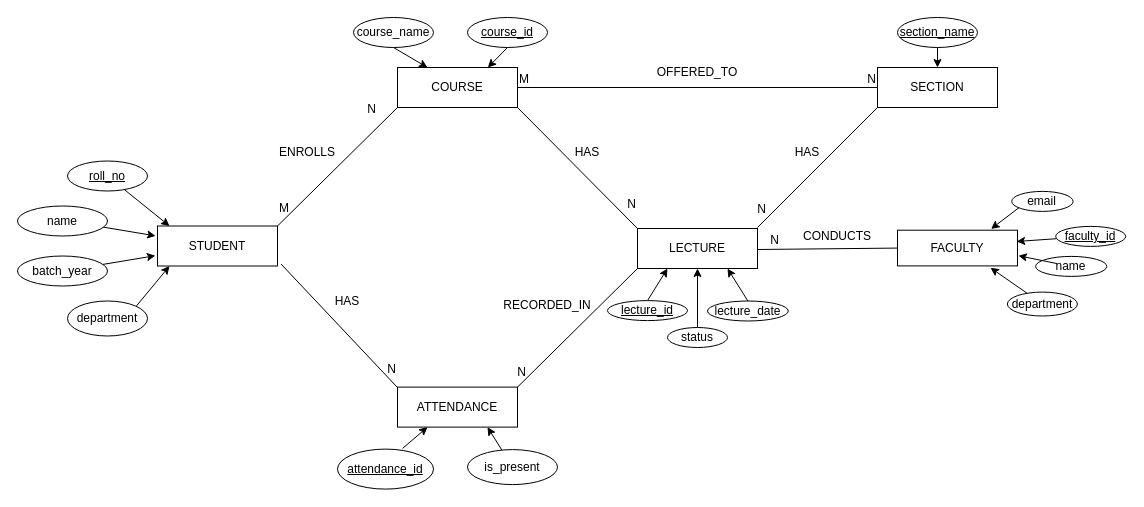
This is ERD/ATTENDANCE MANAGEMENT ERD.drawio.xml from Rajat083/Attendance-Management-System, a draw.io file, before an edit. Source tidied: cells renumbered, new cells numbered last; positions are measured from the earlier drawing's top-left corner, leaving out a move shared by most shapes. Both pictures are drawn from the tidied source at 100%, with x=0, y=0 at pixel (17, 17).
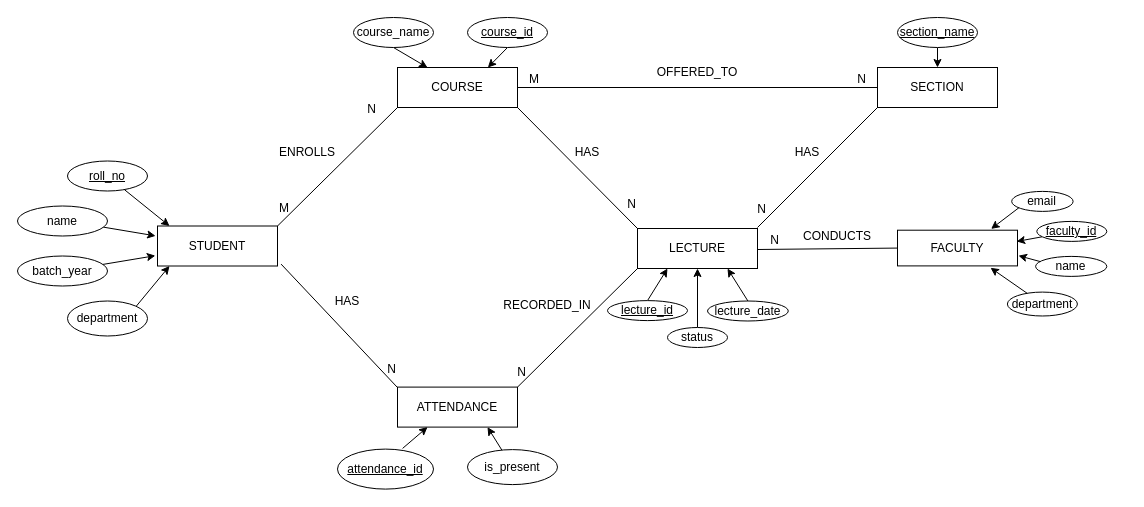
Above is the later version.

The change refers to these unchanged cells:
```xml
<mxCell id="6" value="FACULTY" style="whiteSpace=wrap;html=1;align=center;" parent="1" vertex="1">
  <mxGeometry x="880" y="212.7" width="120" height="35.7" as="geometry" />
</mxCell>
<mxCell id="25" value="name" style="ellipse;whiteSpace=wrap;html=1;align=center;" parent="1" vertex="1">
  <mxGeometry x="1018.1" y="238.9" width="71.2" height="20" as="geometry" />
</mxCell>
<mxCell id="43" style="endArrow=none;html=1;rounded=0;entryX=0;entryY=0.5;entryDx=0;entryDy=0;exitX=1;exitY=0.5;exitDx=0;exitDy=0;" parent="1" edge="1" source="5" target="4">
  <mxGeometry relative="1" as="geometry" />
</mxCell>
```

Diff of the diagram source:
```diff
@@
     <mxCell id="21" value="&lt;u&gt;faculty_id&lt;/u&gt;" style="ellipse;whiteSpace=wrap;html=1;align=center;" parent="1" vertex="1">
-      <mxGeometry x="1038.2" y="208.9" width="70" height="20" as="geometry" />
+      <mxGeometry x="1019.3" y="203.9" width="70" height="20" as="geometry" />
     </mxCell>
@@
-    <mxCell id="27" style="rounded=0;jettySize=auto;html=1;entryX=1.008;entryY=0.714;entryDx=0;entryDy=0;entryPerimeter=0;" parent="1" edge="1" target="6">
-      <mxGeometry relative="1" as="geometry">
-        <mxPoint x="1039.6" y="246.1" as="sourcePoint" />
-      </mxGeometry>
+    <mxCell id="27" style="rounded=0;jettySize=auto;html=1;entryX=1.008;entryY=0.714;entryDx=0;entryDy=0;entryPerimeter=0;exitX=0.067;exitY=0.26;exitDx=0;exitDy=0;exitPerimeter=0;" parent="1" edge="1" source="25" target="6">
+      <mxGeometry relative="1" as="geometry" />
     </mxCell>
@@
     <mxCell id="44" value="M" style="html=1;whiteSpace=wrap;align=left;verticalAlign=bottom;" parent="43" vertex="1">
-      <mxGeometry x="-1" relative="1" as="geometry" />
+      <mxGeometry x="-1" relative="1" as="geometry">
+        <mxPoint x="10" as="offset" />
+      </mxGeometry>
     </mxCell>
     <mxCell id="45" value="N" style="html=1;whiteSpace=wrap;align=right;verticalAlign=bottom;" parent="43" vertex="1">
-      <mxGeometry x="1" relative="1" as="geometry" />
+      <mxGeometry x="1" relative="1" as="geometry">
+        <mxPoint x="-10" as="offset" />
+      </mxGeometry>
     </mxCell>
```
